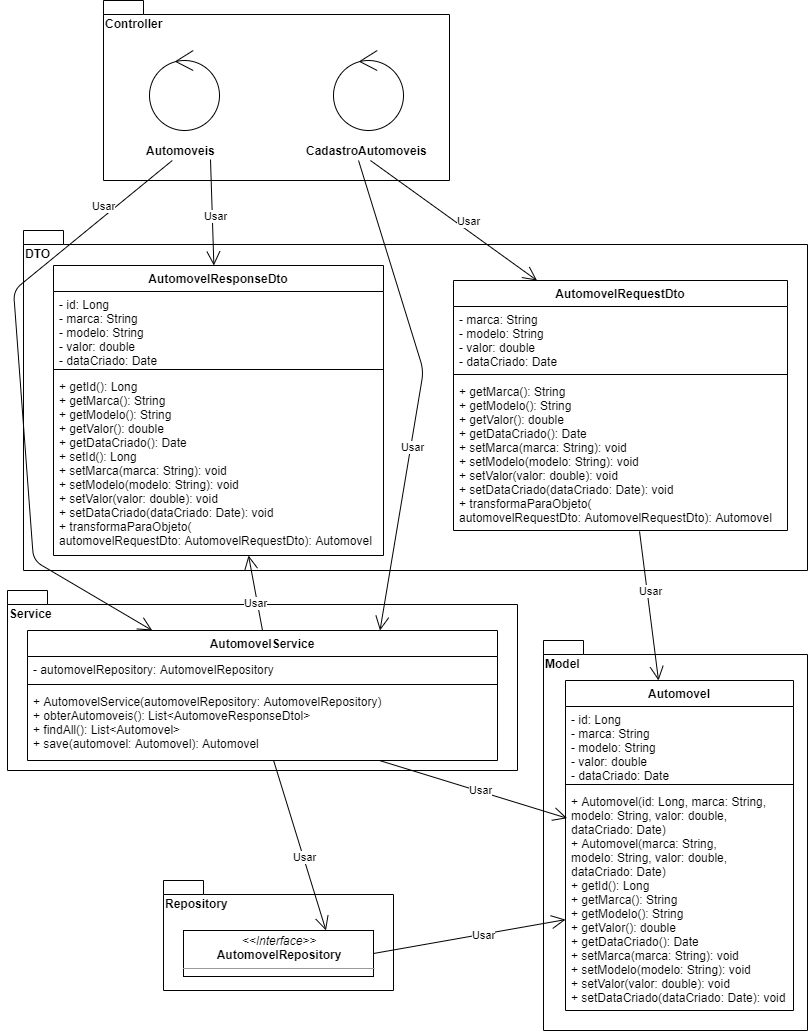
Earlier version of the draw.io export docs/diagrama_classes_automovel.png (GabrielFMagalhaes/sistema-automobilistico). Source tidied: cells renumbered, new cells last; positions are measured from the earlier drawing's top-left corner, leaving out a move shared by most shapes. Its diagram source:
```xml
<mxGraphModel>
  <root>
    <mxCell id="0" />
    <mxCell id="1" parent="0" />
    <mxCell id="2" value="Model" style="shape=folder;fontStyle=1;spacingTop=10;tabWidth=40;tabHeight=14;tabPosition=left;html=1;align=left;verticalAlign=top;" parent="1" vertex="1">
      <mxGeometry x="536" y="640" width="264" height="390" as="geometry" />
    </mxCell>
    <mxCell id="3" value="DTO&lt;br&gt;" style="shape=folder;fontStyle=1;spacingTop=10;tabWidth=40;tabHeight=14;tabPosition=left;html=1;align=left;verticalAlign=top;" parent="1" vertex="1">
      <mxGeometry x="16" y="230" width="784" height="340" as="geometry" />
    </mxCell>
    <mxCell id="4" value="Repository" style="shape=folder;fontStyle=1;spacingTop=10;tabWidth=40;tabHeight=14;tabPosition=left;html=1;align=left;verticalAlign=top;" parent="1" vertex="1">
      <mxGeometry x="156" y="880" width="230" height="110" as="geometry" />
    </mxCell>
    <mxCell id="5" value="&lt;p style=&quot;margin: 0px ; margin-top: 4px ; text-align: center&quot;&gt;&lt;i&gt;&amp;lt;&amp;lt;Interface&amp;gt;&amp;gt;&lt;/i&gt;&lt;br&gt;&lt;b&gt;AutomovelRepository&lt;/b&gt;&lt;/p&gt;&lt;hr size=&quot;1&quot;&gt;&lt;p style=&quot;margin: 0px ; margin-left: 4px&quot;&gt;&lt;br&gt;&lt;/p&gt;" style="verticalAlign=top;align=left;overflow=fill;fontSize=12;fontFamily=Helvetica;html=1;" parent="1" vertex="1">
      <mxGeometry x="176" y="930" width="190" height="46" as="geometry" />
    </mxCell>
    <mxCell id="6" value="Service" style="shape=folder;fontStyle=1;spacingTop=10;tabWidth=40;tabHeight=14;tabPosition=left;html=1;align=left;verticalAlign=top;" parent="1" vertex="1">
      <mxGeometry y="590" width="510" height="180" as="geometry" />
    </mxCell>
    <mxCell id="7" value="Controller" style="shape=folder;fontStyle=1;spacingTop=10;tabWidth=40;tabHeight=14;tabPosition=left;html=1;align=left;verticalAlign=top;" parent="1" vertex="1">
      <mxGeometry x="96" width="346" height="180" as="geometry" />
    </mxCell>
    <mxCell id="8" value="Automoveis" style="text;html=1;align=left;verticalAlign=middle;points=[];fontStyle=1;" parent="1" vertex="1">
      <mxGeometry x="137" y="140" width="80" height="20" as="geometry" />
    </mxCell>
    <mxCell id="9" style="ellipse;shape=umlControl;whiteSpace=wrap;html=1;align=left;" parent="1" vertex="1">
      <mxGeometry x="142" y="50" width="70" height="80" as="geometry" />
    </mxCell>
    <mxCell id="10" style="endArrow=open;endFill=1;endSize=12;html=1;entryX=0.75;entryY=0;entryDx=0;entryDy=0;" parent="1" edge="1" source="19" target="5">
      <mxGeometry relative="1" as="geometry" />
    </mxCell>
    <mxCell id="11" value="Usar" style="edgeLabel;html=1;align=center;verticalAlign=middle;" parent="10" vertex="1">
      <mxGeometry x="0.14" y="1" relative="1" as="geometry" />
    </mxCell>
    <mxCell id="12" style="endArrow=open;endFill=1;endSize=12;html=1;exitX=1;exitY=0.5;exitDx=0;exitDy=0;" parent="1" edge="1" source="5" target="45">
      <mxGeometry relative="1" as="geometry" />
    </mxCell>
    <mxCell id="13" value="Usar" style="edgeLabel;html=1;align=center;verticalAlign=middle;" parent="12" vertex="1">
      <mxGeometry x="0.19" y="-1" relative="1" as="geometry">
        <mxPoint x="-4.1" y="1.1" as="offset" />
      </mxGeometry>
    </mxCell>
    <mxCell id="14" style="endArrow=open;endFill=1;endSize=12;html=1;entryX=0.007;entryY=0.134;entryDx=0;entryDy=0;entryPerimeter=0;" parent="1" edge="1" source="19" target="45">
      <mxGeometry relative="1" as="geometry" />
    </mxCell>
    <mxCell id="15" value="Usar" style="edgeLabel;html=1;align=center;verticalAlign=middle;" parent="14" vertex="1">
      <mxGeometry x="0.07" y="1" relative="1" as="geometry" />
    </mxCell>
    <mxCell id="16" value="AutomovelService" style="swimlane;fontStyle=1;align=center;verticalAlign=top;horizontal=1;startSize=26;" parent="1" vertex="1">
      <mxGeometry x="20" y="630" width="470" height="130" as="geometry" />
    </mxCell>
    <mxCell id="17" value="- automovelRepository: AutomovelRepository" style="text;strokeColor=none;fillColor=none;align=left;verticalAlign=top;spacingLeft=4;spacingRight=4;overflow=hidden;" parent="16" vertex="1">
      <mxGeometry y="26" width="470" height="24" as="geometry" />
    </mxCell>
    <mxCell id="18" style="line;strokeWidth=1;fillColor=none;align=left;verticalAlign=middle;spacingTop=-1;spacingLeft=3;spacingRight=3;labelPosition=right;" parent="16" vertex="1">
      <mxGeometry y="50" width="470" height="8" as="geometry" />
    </mxCell>
    <mxCell id="19" value="+ AutomovelService(automovelRepository: AutomovelRepository)&#10;+ obterAutomoveis(): List&lt;AutomoveResponseDtol&gt;&#10;+ findAll(): List&lt;Automovel&gt;&#10;+ save(automovel: Automovel): Automovel &#10;" style="text;strokeColor=none;fillColor=none;align=left;verticalAlign=top;spacingLeft=4;spacingRight=4;overflow=hidden;points=[[0,0.5],[1,0.5]];portConstraint=eastwest;" parent="16" vertex="1">
      <mxGeometry y="58" width="470" height="72" as="geometry" />
    </mxCell>
    <mxCell id="20" value="AutomovelRequestDto" style="swimlane;fontStyle=1;align=center;verticalAlign=top;horizontal=1;startSize=26;" parent="1" vertex="1">
      <mxGeometry x="446" y="280" width="334" height="250" as="geometry" />
    </mxCell>
    <mxCell id="21" value="- marca: String&#10;- modelo: String&#10;- valor: double&#10;- dataCriado: Date&#10;" style="text;strokeColor=none;fillColor=none;align=left;verticalAlign=top;spacingLeft=4;spacingRight=4;overflow=hidden;" parent="20" vertex="1">
      <mxGeometry y="26" width="334" height="64" as="geometry" />
    </mxCell>
    <mxCell id="22" style="line;strokeWidth=1;fillColor=none;align=left;verticalAlign=middle;spacingTop=-1;spacingLeft=3;spacingRight=3;labelPosition=right;" parent="20" vertex="1">
      <mxGeometry y="90" width="334" height="8" as="geometry" />
    </mxCell>
    <mxCell id="23" value="+ getMarca(): String&#10;+ getModelo(): String&#10;+ getValor(): double&#10;+ getDataCriado(): Date&#10;+ setMarca(marca: String): void&#10;+ setModelo(modelo: String): void&#10;+ setValor(valor: double): void&#10;+ setDataCriado(dataCriado: Date): void&#10;+ transformaParaObjeto(&#10;automovelRequestDto: AutomovelRequestDto): Automovel" style="text;strokeColor=none;fillColor=none;align=left;verticalAlign=top;spacingLeft=4;spacingRight=4;overflow=hidden;points=[[0,0.5],[1,0.5]];portConstraint=eastwest;" parent="20" vertex="1">
      <mxGeometry y="98" width="334" height="152" as="geometry" />
    </mxCell>
    <mxCell id="24" value="CadastroAutomoveis" style="text;html=1;align=left;verticalAlign=middle;points=[];fontStyle=1;" parent="1" vertex="1">
      <mxGeometry x="297" y="140" width="140" height="20" as="geometry" />
    </mxCell>
    <mxCell id="25" style="ellipse;shape=umlControl;whiteSpace=wrap;html=1;align=left;" parent="1" vertex="1">
      <mxGeometry x="326" y="50" width="70" height="80" as="geometry" />
    </mxCell>
    <mxCell id="26" style="endArrow=open;endFill=1;endSize=12;html=1;exitX=0.557;exitY=1.006;exitDx=0;exitDy=0;exitPerimeter=0;" parent="1" edge="1" source="23" target="42">
      <mxGeometry relative="1" as="geometry" />
    </mxCell>
    <mxCell id="27" value="Usar" style="edgeLabel;html=1;align=center;verticalAlign=middle;" parent="26" vertex="1">
      <mxGeometry x="-0.18" y="3" relative="1" as="geometry" />
    </mxCell>
    <mxCell id="28" style="endArrow=open;endFill=1;endSize=12;html=1;exitX=0.471;exitY=1;exitDx=0;exitDy=0;exitPerimeter=0;entryX=0.25;entryY=0;entryDx=0;entryDy=0;" parent="1" edge="1" source="24" target="20">
      <mxGeometry relative="1" as="geometry" />
    </mxCell>
    <mxCell id="29" value="Usar" style="edgeLabel;html=1;align=center;verticalAlign=middle;" parent="28" vertex="1">
      <mxGeometry x="0.11" y="-2" relative="1" as="geometry">
        <mxPoint x="7.1" y="-7.3" as="offset" />
      </mxGeometry>
    </mxCell>
    <mxCell id="30" style="endArrow=open;endFill=1;endSize=12;html=1;exitX=0.386;exitY=1;exitDx=0;exitDy=0;exitPerimeter=0;entryX=0.75;entryY=0;entryDx=0;entryDy=0;" parent="1" edge="1" source="24" target="16">
      <mxGeometry relative="1" as="geometry">
        <Array as="points">
          <mxPoint x="416" y="370" />
        </Array>
      </mxGeometry>
    </mxCell>
    <mxCell id="31" value="Usar" style="edgeLabel;html=1;align=center;verticalAlign=middle;" parent="30" vertex="1">
      <mxGeometry x="0.23" y="2" relative="1" as="geometry" />
    </mxCell>
    <mxCell id="32" style="endArrow=open;endFill=1;endSize=12;html=1;" parent="1" edge="1" source="8" target="16">
      <mxGeometry relative="1" as="geometry">
        <Array as="points">
          <mxPoint x="6" y="290" />
          <mxPoint x="26" y="560" />
        </Array>
      </mxGeometry>
    </mxCell>
    <mxCell id="33" value="Usar" style="edgeLabel;html=1;align=center;verticalAlign=middle;" parent="32" vertex="1">
      <mxGeometry x="-0.06" y="1" relative="1" as="geometry">
        <mxPoint x="82.6" y="-166.5" as="offset" />
      </mxGeometry>
    </mxCell>
    <mxCell id="34" value="AutomovelResponseDto" style="swimlane;fontStyle=1;align=center;verticalAlign=top;horizontal=1;startSize=26;" parent="32" vertex="1">
      <mxGeometry x="60" y="295" width="330" height="290" as="geometry" />
    </mxCell>
    <mxCell id="35" value="- id: Long&#10;- marca: String&#10;- modelo: String&#10;- valor: double&#10;- dataCriado: Date&#10;" style="text;strokeColor=none;fillColor=none;align=left;verticalAlign=top;spacingLeft=4;spacingRight=4;overflow=hidden;" parent="34" vertex="1">
      <mxGeometry y="26" width="330" height="74" as="geometry" />
    </mxCell>
    <mxCell id="36" style="line;strokeWidth=1;fillColor=none;align=left;verticalAlign=middle;spacingTop=-1;spacingLeft=3;spacingRight=3;labelPosition=right;" parent="34" vertex="1">
      <mxGeometry y="100" width="330" height="8" as="geometry" />
    </mxCell>
    <mxCell id="37" value="+ getId(): Long&#10;+ getMarca(): String&#10;+ getModelo(): String&#10;+ getValor(): double&#10;+ getDataCriado(): Date&#10;+ setId(): Long&#10;+ setMarca(marca: String): void&#10;+ setModelo(modelo: String): void&#10;+ setValor(valor: double): void&#10;+ setDataCriado(dataCriado: Date): void&#10;+ transformaParaObjeto(&#10;automovelRequestDto: AutomovelRequestDto): Automovel" style="text;strokeColor=none;fillColor=none;align=left;verticalAlign=top;spacingLeft=4;spacingRight=4;overflow=hidden;points=[[0,0.5],[1,0.5]];portConstraint=eastwest;" parent="34" vertex="1">
      <mxGeometry y="108" width="330" height="182" as="geometry" />
    </mxCell>
    <mxCell id="38" style="endArrow=open;endFill=1;endSize=12;html=1;exitX=0.825;exitY=0.95;exitDx=0;exitDy=0;exitPerimeter=0;" parent="1" edge="1" source="8" target="34">
      <mxGeometry relative="1" as="geometry" />
    </mxCell>
    <mxCell id="39" value="Usar" style="edgeLabel;html=1;align=center;verticalAlign=middle;" parent="38" vertex="1">
      <mxGeometry x="-0.33" y="-1" relative="1" as="geometry">
        <mxPoint x="4.3" y="21.5" as="offset" />
      </mxGeometry>
    </mxCell>
    <mxCell id="40" style="endArrow=open;endFill=1;endSize=12;html=1;entryX=0.591;entryY=1;entryDx=0;entryDy=0;entryPerimeter=0;exitX=0.5;exitY=0;exitDx=0;exitDy=0;" parent="1" edge="1" source="16" target="37">
      <mxGeometry relative="1" as="geometry" />
    </mxCell>
    <mxCell id="41" value="Usar" style="edgeLabel;html=1;align=center;verticalAlign=middle;" parent="40" vertex="1">
      <mxGeometry x="-0.26" y="2" relative="1" as="geometry" />
    </mxCell>
    <mxCell id="42" value="Automovel&#10;" style="swimlane;fontStyle=1;align=center;verticalAlign=top;horizontal=1;startSize=26;" parent="1" vertex="1">
      <mxGeometry x="558" y="680" width="228" height="330" as="geometry" />
    </mxCell>
    <mxCell id="43" value="- id: Long&#10;- marca: String&#10;- modelo: String&#10;- valor: double&#10;- dataCriado: Date&#10;" style="text;strokeColor=none;fillColor=none;align=left;verticalAlign=top;spacingLeft=4;spacingRight=4;overflow=hidden;" parent="42" vertex="1">
      <mxGeometry y="26" width="228" height="74" as="geometry" />
    </mxCell>
    <mxCell id="44" style="line;strokeWidth=1;fillColor=none;align=left;verticalAlign=middle;spacingTop=-1;spacingLeft=3;spacingRight=3;labelPosition=right;" parent="42" vertex="1">
      <mxGeometry y="100" width="228" height="8" as="geometry" />
    </mxCell>
    <mxCell id="45" value="+ Automovel(id: Long, marca: String, &#10;modelo: String, valor: double, &#10;dataCriado: Date)&#10;+ Automovel(marca: String, &#10;modelo: String, valor: double, &#10;dataCriado: Date)&#10;+ getId(): Long&#10;+ getMarca(): String&#10;+ getModelo(): String&#10;+ getValor(): double&#10;+ getDataCriado(): Date&#10;+ setMarca(marca: String): void&#10;+ setModelo(modelo: String): void&#10;+ setValor(valor: double): void&#10;+ setDataCriado(dataCriado: Date): void&#10;" style="text;strokeColor=none;fillColor=none;align=left;verticalAlign=top;spacingLeft=4;spacingRight=4;overflow=hidden;points=[[0,0.5],[1,0.5]];portConstraint=eastwest;" parent="42" vertex="1">
      <mxGeometry y="108" width="228" height="222" as="geometry" />
    </mxCell>
  </root>
</mxGraphModel>
```
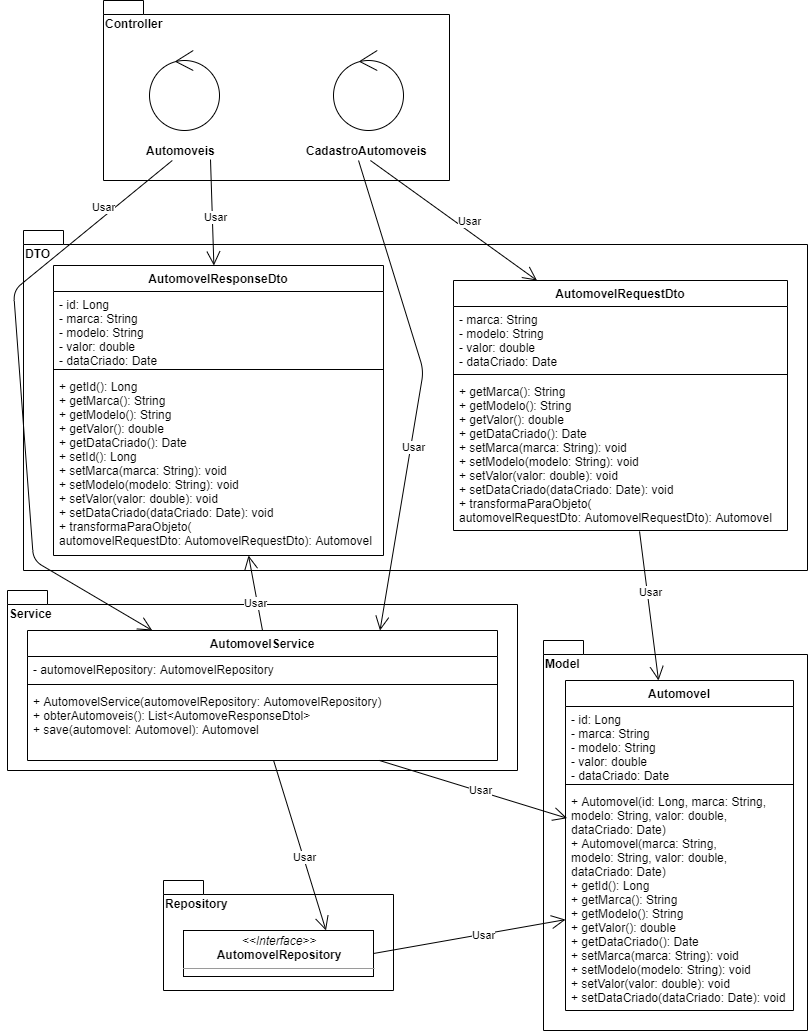
The same file after the commit.

Commit message:
classes diagrams updated

The edit, as a diff of the source:
```diff
@@ -55,7 +55,7 @@
     <mxCell id="18" style="line;strokeWidth=1;fillColor=none;align=left;verticalAlign=middle;spacingTop=-1;spacingLeft=3;spacingRight=3;labelPosition=right;" parent="16" vertex="1">
       <mxGeometry y="50" width="470" height="8" as="geometry" />
     </mxCell>
-    <mxCell id="19" value="+ AutomovelService(automovelRepository: AutomovelRepository)&#10;+ obterAutomoveis(): List&lt;AutomoveResponseDtol&gt;&#10;+ findAll(): List&lt;Automovel&gt;&#10;+ save(automovel: Automovel): Automovel &#10;" style="text;strokeColor=none;fillColor=none;align=left;verticalAlign=top;spacingLeft=4;spacingRight=4;overflow=hidden;points=[[0,0.5],[1,0.5]];portConstraint=eastwest;" parent="16" vertex="1">
+    <mxCell id="19" value="+ AutomovelService(automovelRepository: AutomovelRepository)&#10;+ obterAutomoveis(): List&lt;AutomoveResponseDtol&gt;&#10;+ save(automovel: Automovel): Automovel &#10;" style="text;strokeColor=none;fillColor=none;align=left;verticalAlign=top;spacingLeft=4;spacingRight=4;overflow=hidden;points=[[0,0.5],[1,0.5]];portConstraint=eastwest;" parent="16" vertex="1">
       <mxGeometry y="58" width="470" height="72" as="geometry" />
     </mxCell>
     <mxCell id="20" value="AutomovelRequestDto" style="swimlane;fontStyle=1;align=center;verticalAlign=top;horizontal=1;startSize=26;" parent="1" vertex="1">
```
